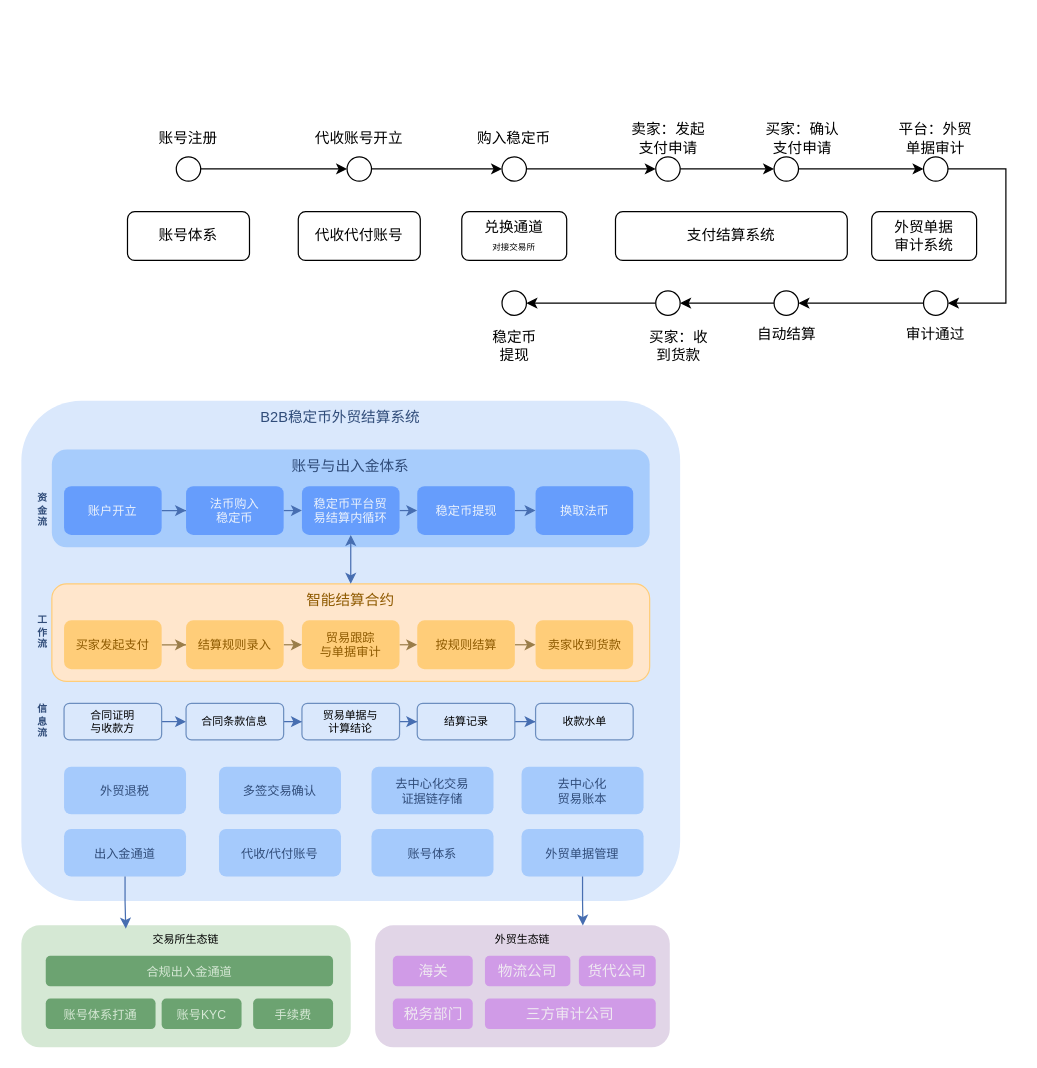
Above: 稳定币.drawio in ruopuzi/draw.io (draw.io), before the change. Source tidied: cells renumbered, new cells numbered last; positions are measured from the earlier drawing's top-left corner, leaving out a move shared by most shapes. Both pictures are drawn from the tidied source at 122%, with x=0, y=0 at pixel (21, 120).
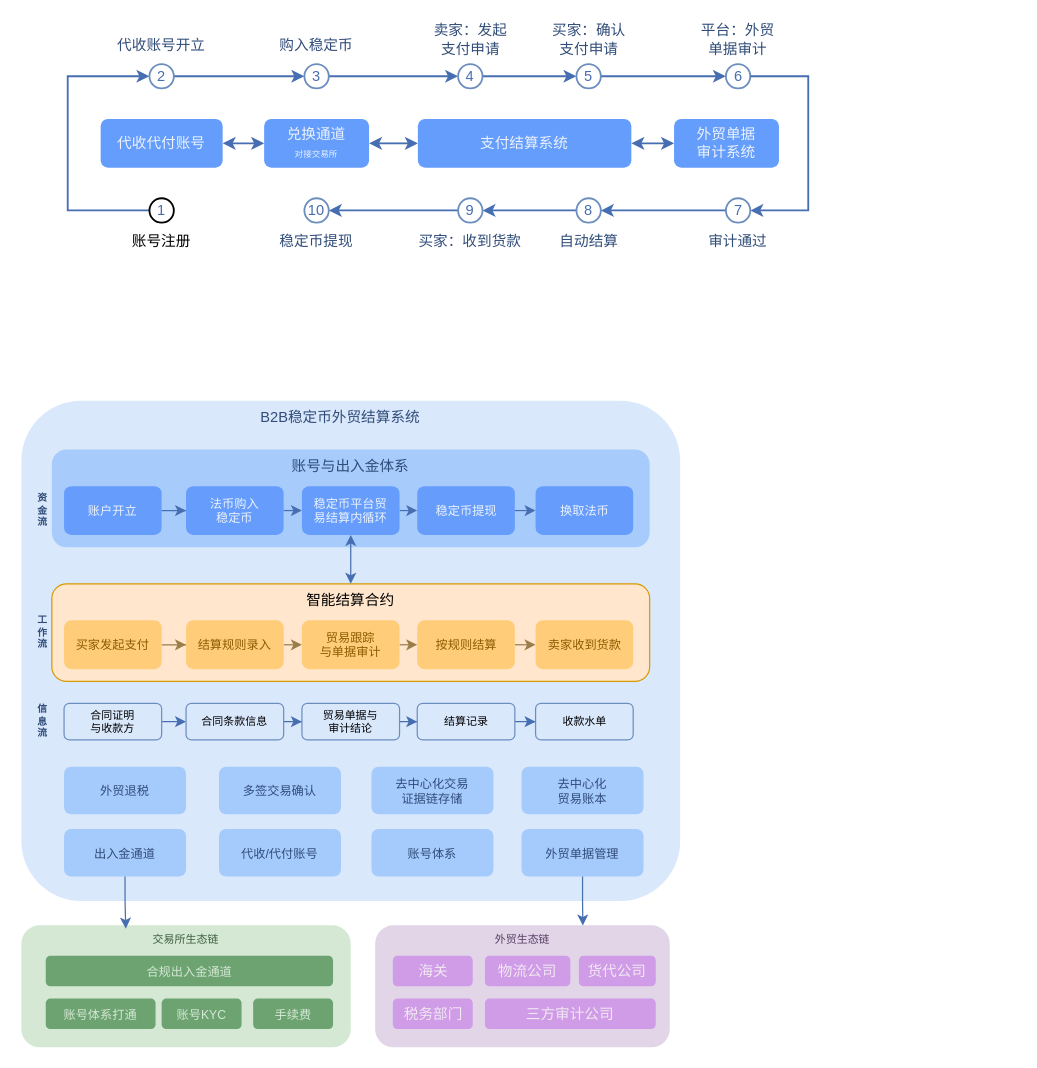
The same page after the edit.

Commit message (it also covers changes not shown here):
更新稳定币.drawio

Change to the diagram source:
```diff
@@
+    <mxCell id="91" style="edgeStyle=orthogonalEdgeStyle;rounded=0;jettySize=auto;html=1;entryX=0;entryY=0.5;entryDx=0;entryDy=0;startArrow=classic;startFill=1;strokeColor=light-dark(#476eb1, #ededed);strokeWidth=1.5;" parent="1" edge="1" source="2" target="4">
+      <mxGeometry relative="1" as="geometry" />
+    </mxCell>
-    <mxCell id="2" value="代收代付账号" style="rounded=1;whiteSpace=wrap;html=1;" parent="1" vertex="1">
-      <mxGeometry x="227" y="75" width="100" height="40" as="geometry" />
+    <mxCell id="2" value="代收代付账号" style="rounded=1;whiteSpace=wrap;html=1;fillColor=light-dark(#659dfc, #1d293b);strokeColor=none;fontColor=light-dark(#ebf2fc, #ededed);" parent="1" vertex="1">
+      <mxGeometry x="65" y="-1" width="100" height="40" as="geometry" />
     </mxCell>
-    <mxCell id="3" value="账号体系" style="rounded=1;whiteSpace=wrap;html=1;" parent="1" vertex="1">
-      <mxGeometry x="87" y="75" width="100" height="40" as="geometry" />
-    </mxCell>
+    <mxCell id="92" style="edgeStyle=orthogonalEdgeStyle;rounded=0;jettySize=auto;html=1;entryX=0;entryY=0.5;entryDx=0;entryDy=0;startArrow=classic;startFill=1;strokeColor=light-dark(#476eb1, #ededed);strokeWidth=1.5;" parent="1" edge="1" source="4" target="5">
+      <mxGeometry relative="1" as="geometry" />
+    </mxCell>
-    <mxCell id="4" value="兑换通道&lt;div&gt;&lt;font style=&quot;font-size: 7px;&quot;&gt;对接交易所&lt;/font&gt;&lt;/div&gt;" style="rounded=1;whiteSpace=wrap;html=1;" parent="1" vertex="1">
-      <mxGeometry x="361" y="75" width="86" height="40" as="geometry" />
+    <mxCell id="4" value="兑换通道&lt;div&gt;&lt;font style=&quot;font-size: 7px;&quot;&gt;对接交易所&lt;/font&gt;&lt;/div&gt;" style="rounded=1;whiteSpace=wrap;html=1;fillColor=light-dark(#659dfc, #1d293b);strokeColor=none;fontColor=light-dark(#ebf2fc, #ededed);" parent="1" vertex="1">
+      <mxGeometry x="199" y="-1" width="86" height="40" as="geometry" />
     </mxCell>
+    <mxCell id="93" style="edgeStyle=orthogonalEdgeStyle;rounded=0;jettySize=auto;html=1;exitX=1;exitY=0.5;exitDx=0;exitDy=0;startArrow=classic;startFill=1;strokeColor=light-dark(#476eb1, #ededed);strokeWidth=1.5;" parent="1" edge="1" source="5" target="6">
+      <mxGeometry relative="1" as="geometry" />
+    </mxCell>
-    <mxCell id="5" value="支付结算系统" style="rounded=1;whiteSpace=wrap;html=1;" parent="1" vertex="1">
-      <mxGeometry x="487" y="75" width="190" height="40" as="geometry" />
+    <mxCell id="5" value="支付结算系统" style="rounded=1;whiteSpace=wrap;html=1;fillColor=light-dark(#659dfc, #1d293b);strokeColor=none;fontColor=light-dark(#ebf2fc, #ededed);" parent="1" vertex="1">
+      <mxGeometry x="325" y="-1" width="175" height="40" as="geometry" />
     </mxCell>
-    <mxCell id="6" value="外贸单据&lt;div&gt;审计系统&lt;/div&gt;" style="rounded=1;whiteSpace=wrap;html=1;" parent="1" vertex="1">
-      <mxGeometry x="697" y="75" width="86" height="40" as="geometry" />
+    <mxCell id="6" value="外贸单据&lt;div&gt;审计系统&lt;/div&gt;" style="rounded=1;whiteSpace=wrap;html=1;fillColor=light-dark(#659dfc, #1d293b);strokeColor=none;fontColor=light-dark(#ebf2fc, #ededed);" parent="1" vertex="1">
+      <mxGeometry x="535" y="-1" width="86" height="40" as="geometry" />
     </mxCell>
-    <mxCell id="7" style="edgeStyle=orthogonalEdgeStyle;rounded=0;jettySize=auto;html=1;entryX=0;entryY=0.5;entryDx=0;entryDy=0;" parent="1" edge="1" source="8" target="11">
-      <mxGeometry relative="1" as="geometry" />
+    <mxCell id="7" style="edgeStyle=orthogonalEdgeStyle;rounded=0;jettySize=auto;html=1;entryX=0;entryY=0.5;entryDx=0;entryDy=0;exitX=0;exitY=0.5;exitDx=0;exitDy=0;strokeColor=light-dark(#476eb1, #ededed);strokeWidth=1.5;" parent="1" edge="1" source="8" target="11">
+      <mxGeometry relative="1" as="geometry">
+        <Array as="points">
+          <mxPoint x="38" y="74" />
+          <mxPoint x="38" y="-36" />
+        </Array>
+      </mxGeometry>
     </mxCell>
-    <mxCell id="8" style="ellipse;whiteSpace=wrap;html=1;" parent="1" vertex="1">
-      <mxGeometry x="127" y="30" width="20" height="20" as="geometry" />
+    <mxCell id="8" value="1" style="ellipse;whiteSpace=wrap;html=1;strokeWidth=1.5;fontColor=light-dark(#476eb1, #ededed);" parent="1" vertex="1">
+      <mxGeometry x="105" y="64" width="20" height="20" as="geometry" />
     </mxCell>
     <mxCell id="9" value="账号注册" style="text;html=1;align=center;verticalAlign=middle;whiteSpace=wrap;rounded=0;" parent="1" vertex="1">
-      <mxGeometry x="107" width="60" height="30" as="geometry" />
+      <mxGeometry x="85" y="85" width="60" height="30" as="geometry" />
     </mxCell>
-    <mxCell id="10" style="edgeStyle=orthogonalEdgeStyle;rounded=0;jettySize=auto;html=1;exitX=1;exitY=0.5;exitDx=0;exitDy=0;entryX=0;entryY=0.5;entryDx=0;entryDy=0;" parent="1" edge="1" source="11" target="14">
+    <mxCell id="10" style="edgeStyle=orthogonalEdgeStyle;rounded=0;jettySize=auto;html=1;exitX=1;exitY=0.5;exitDx=0;exitDy=0;entryX=0;entryY=0.5;entryDx=0;entryDy=0;strokeColor=light-dark(#476eb1, #ededed);strokeWidth=1.5;" parent="1" edge="1" source="11" target="14">
       <mxGeometry relative="1" as="geometry" />
     </mxCell>
-    <mxCell id="11" style="ellipse;whiteSpace=wrap;html=1;" parent="1" vertex="1">
-      <mxGeometry x="267" y="30" width="20" height="20" as="geometry" />
+    <mxCell id="11" value="2" style="ellipse;whiteSpace=wrap;html=1;strokeWidth=1.5;fillColor=#FFFFFF;strokeColor=#6c8ebf;fontColor=light-dark(#476eb1, #ededed);" parent="1" vertex="1">
+      <mxGeometry x="105" y="-46" width="20" height="20" as="geometry" />
     </mxCell>
-    <mxCell id="12" value="代收账号开立" style="text;html=1;align=center;verticalAlign=middle;whiteSpace=wrap;rounded=0;" parent="1" vertex="1">
-      <mxGeometry x="237" width="80" height="30" as="geometry" />
+    <mxCell id="12" value="代收账号开立" style="text;html=1;align=center;verticalAlign=middle;whiteSpace=wrap;rounded=0;fontColor=light-dark(#304c79, #ededed);" parent="1" vertex="1">
+      <mxGeometry x="75" y="-76" width="80" height="30" as="geometry" />
     </mxCell>
-    <mxCell id="13" style="edgeStyle=orthogonalEdgeStyle;rounded=0;jettySize=auto;html=1;exitX=1;exitY=0.5;exitDx=0;exitDy=0;entryX=0;entryY=0.5;entryDx=0;entryDy=0;" parent="1" edge="1" source="14" target="17">
+    <mxCell id="13" style="edgeStyle=orthogonalEdgeStyle;rounded=0;jettySize=auto;html=1;exitX=1;exitY=0.5;exitDx=0;exitDy=0;entryX=0;entryY=0.5;entryDx=0;entryDy=0;strokeColor=light-dark(#476eb1, #ededed);strokeWidth=1.5;" parent="1" edge="1" source="14" target="17">
       <mxGeometry relative="1" as="geometry" />
     </mxCell>
-    <mxCell id="14" style="ellipse;whiteSpace=wrap;html=1;" parent="1" vertex="1">
-      <mxGeometry x="394" y="30" width="20" height="20" as="geometry" />
+    <mxCell id="14" value="3" style="ellipse;whiteSpace=wrap;html=1;strokeWidth=1.5;fillColor=#FFFFFF;strokeColor=#6c8ebf;fontColor=light-dark(#476eb1, #ededed);" parent="1" vertex="1">
+      <mxGeometry x="232" y="-46" width="20" height="20" as="geometry" />
     </mxCell>
-    <mxCell id="15" value="购入稳定币" style="text;html=1;align=center;verticalAlign=middle;whiteSpace=wrap;rounded=0;" parent="1" vertex="1">
-      <mxGeometry x="364" width="80" height="30" as="geometry" />
+    <mxCell id="15" value="购入稳定币" style="text;html=1;align=center;verticalAlign=middle;whiteSpace=wrap;rounded=0;fontColor=light-dark(#304c79, #ededed);" parent="1" vertex="1">
+      <mxGeometry x="202" y="-76" width="80" height="30" as="geometry" />
     </mxCell>
-    <mxCell id="16" style="edgeStyle=orthogonalEdgeStyle;rounded=0;jettySize=auto;html=1;exitX=1;exitY=0.5;exitDx=0;exitDy=0;entryX=0;entryY=0.5;entryDx=0;entryDy=0;" parent="1" edge="1" source="17" target="20">
+    <mxCell id="16" style="edgeStyle=orthogonalEdgeStyle;rounded=0;jettySize=auto;html=1;exitX=1;exitY=0.5;exitDx=0;exitDy=0;entryX=0;entryY=0.5;entryDx=0;entryDy=0;strokeColor=light-dark(#476eb1, #ededed);strokeWidth=1.5;" parent="1" edge="1" source="17" target="20">
       <mxGeometry relative="1" as="geometry" />
     </mxCell>
-    <mxCell id="17" style="ellipse;whiteSpace=wrap;html=1;" parent="1" vertex="1">
-      <mxGeometry x="520" y="30" width="20" height="20" as="geometry" />
+    <mxCell id="17" value="4" style="ellipse;whiteSpace=wrap;html=1;strokeColor=#6c8ebf;strokeWidth=1.5;fillColor=#FFFFFF;fontColor=light-dark(#476eb1, #ededed);" parent="1" vertex="1">
+      <mxGeometry x="358" y="-46" width="20" height="20" as="geometry" />
     </mxCell>
-    <mxCell id="18" value="卖家：发起支付申请" style="text;html=1;align=center;verticalAlign=middle;whiteSpace=wrap;rounded=0;" parent="1" vertex="1">
-      <mxGeometry x="496.5" width="67" height="30" as="geometry" />
+    <mxCell id="18" value="卖家：发起支付申请" style="text;html=1;align=center;verticalAlign=middle;whiteSpace=wrap;rounded=0;fontColor=light-dark(#304c79, #ededed);" parent="1" vertex="1">
+      <mxGeometry x="334.5" y="-81" width="67" height="30" as="geometry" />
     </mxCell>
-    <mxCell id="19" style="edgeStyle=orthogonalEdgeStyle;rounded=0;jettySize=auto;html=1;exitX=1;exitY=0.5;exitDx=0;exitDy=0;entryX=0;entryY=0.5;entryDx=0;entryDy=0;" parent="1" edge="1" source="20" target="22">
+    <mxCell id="19" style="edgeStyle=orthogonalEdgeStyle;rounded=0;jettySize=auto;html=1;exitX=1;exitY=0.5;exitDx=0;exitDy=0;entryX=0;entryY=0.5;entryDx=0;entryDy=0;strokeColor=light-dark(#476eb1, #ededed);strokeWidth=1.5;" parent="1" edge="1" source="20" target="22">
       <mxGeometry relative="1" as="geometry" />
     </mxCell>
-    <mxCell id="20" style="ellipse;whiteSpace=wrap;html=1;" parent="1" vertex="1">
-      <mxGeometry x="617" y="30" width="20" height="20" as="geometry" />
+    <mxCell id="20" value="5" style="ellipse;whiteSpace=wrap;html=1;strokeColor=#6c8ebf;strokeWidth=1.5;fillColor=#FFFFFF;fontColor=light-dark(#476eb1, #ededed);" parent="1" vertex="1">
+      <mxGeometry x="455" y="-46" width="20" height="20" as="geometry" />
     </mxCell>
-    <mxCell id="21" value="买家：确认支付申请" style="text;html=1;align=center;verticalAlign=middle;whiteSpace=wrap;rounded=0;" parent="1" vertex="1">
-      <mxGeometry x="607" width="67" height="30" as="geometry" />
+    <mxCell id="21" value="买家：确认支付申请" style="text;html=1;align=center;verticalAlign=middle;whiteSpace=wrap;rounded=0;fontColor=light-dark(#304c79, #ededed);" parent="1" vertex="1">
+      <mxGeometry x="431.5" y="-81" width="67" height="30" as="geometry" />
     </mxCell>
-    <mxCell id="22" style="ellipse;whiteSpace=wrap;html=1;" parent="1" vertex="1">
-      <mxGeometry x="739.5" y="30" width="20" height="20" as="geometry" />
+    <mxCell id="22" value="6" style="ellipse;whiteSpace=wrap;html=1;strokeWidth=1.5;fillColor=#FFFFFF;strokeColor=#6c8ebf;fontColor=light-dark(#476eb1, #ededed);" parent="1" vertex="1">
+      <mxGeometry x="577.5" y="-46" width="20" height="20" as="geometry" />
     </mxCell>
-    <mxCell id="23" value="平台：外贸单据审计" style="text;html=1;align=center;verticalAlign=middle;whiteSpace=wrap;rounded=0;" parent="1" vertex="1">
-      <mxGeometry x="716" width="67" height="30" as="geometry" />
+    <mxCell id="23" value="平台：外贸单据审计" style="text;html=1;align=center;verticalAlign=middle;whiteSpace=wrap;rounded=0;fontColor=light-dark(#304c79, #ededed);" parent="1" vertex="1">
+      <mxGeometry x="554" y="-81" width="67" height="30" as="geometry" />
     </mxCell>
-    <mxCell id="24" style="edgeStyle=orthogonalEdgeStyle;rounded=0;jettySize=auto;html=1;exitX=0;exitY=0.5;exitDx=0;exitDy=0;entryX=1;entryY=0.5;entryDx=0;entryDy=0;" parent="1" edge="1" source="25" target="28">
+    <mxCell id="24" style="edgeStyle=orthogonalEdgeStyle;rounded=0;jettySize=auto;html=1;exitX=0;exitY=0.5;exitDx=0;exitDy=0;entryX=1;entryY=0.5;entryDx=0;entryDy=0;strokeColor=light-dark(#476eb1, #ededed);strokeWidth=1.5;" parent="1" edge="1" source="25" target="28">
       <mxGeometry relative="1" as="geometry" />
     </mxCell>
-    <mxCell id="25" style="ellipse;whiteSpace=wrap;html=1;" parent="1" vertex="1">
-      <mxGeometry x="617" y="140" width="20" height="20" as="geometry" />
+    <mxCell id="25" value="8" style="ellipse;whiteSpace=wrap;html=1;strokeColor=#6c8ebf;strokeWidth=1.5;fillColor=#FFFFFF;fontColor=light-dark(#476eb1, #ededed);" parent="1" vertex="1">
+      <mxGeometry x="455" y="64" width="20" height="20" as="geometry" />
     </mxCell>
-    <mxCell id="26" value="自动结算" style="text;html=1;align=center;verticalAlign=middle;whiteSpace=wrap;rounded=0;" parent="1" vertex="1">
-      <mxGeometry x="593.5" y="161" width="67" height="30" as="geometry" />
+    <mxCell id="26" value="自动结算" style="text;html=1;align=center;verticalAlign=middle;whiteSpace=wrap;rounded=0;fontColor=light-dark(#304c79, #ededed);" parent="1" vertex="1">
+      <mxGeometry x="431.5" y="85" width="67" height="30" as="geometry" />
     </mxCell>
-    <mxCell id="27" style="edgeStyle=orthogonalEdgeStyle;rounded=0;jettySize=auto;html=1;exitX=0;exitY=0.5;exitDx=0;exitDy=0;entryX=1;entryY=0.5;entryDx=0;entryDy=0;" parent="1" edge="1" source="28" target="30">
+    <mxCell id="27" style="edgeStyle=orthogonalEdgeStyle;rounded=0;jettySize=auto;html=1;exitX=0;exitY=0.5;exitDx=0;exitDy=0;entryX=1;entryY=0.5;entryDx=0;entryDy=0;strokeColor=light-dark(#476eb1, #ededed);strokeWidth=1.5;" parent="1" edge="1" source="28" target="30">
       <mxGeometry relative="1" as="geometry" />
     </mxCell>
-    <mxCell id="28" style="ellipse;whiteSpace=wrap;html=1;" parent="1" vertex="1">
-      <mxGeometry x="520" y="140" width="20" height="20" as="geometry" />
+    <mxCell id="28" value="9" style="ellipse;whiteSpace=wrap;html=1;strokeColor=#6c8ebf;strokeWidth=1.5;fillColor=#FFFFFF;fontColor=light-dark(#476eb1, #ededed);" parent="1" vertex="1">
+      <mxGeometry x="358" y="64" width="20" height="20" as="geometry" />
     </mxCell>
-    <mxCell id="29" value="买家：收到货款" style="text;html=1;align=center;verticalAlign=middle;whiteSpace=wrap;rounded=0;" parent="1" vertex="1">
-      <mxGeometry x="512.5" y="170" width="52" height="30" as="geometry" />
+    <mxCell id="29" value="买家：收到货款" style="text;html=1;align=center;verticalAlign=middle;whiteSpace=wrap;rounded=0;fontColor=light-dark(#304c79, #ededed);" parent="1" vertex="1">
+      <mxGeometry x="322.2" y="85" width="91.5" height="30" as="geometry" />
     </mxCell>
-    <mxCell id="30" style="ellipse;whiteSpace=wrap;html=1;" parent="1" vertex="1">
-      <mxGeometry x="394" y="140" width="20" height="20" as="geometry" />
+    <mxCell id="30" value="10" style="ellipse;whiteSpace=wrap;html=1;strokeColor=#6c8ebf;strokeWidth=1.5;fillColor=#FFFFFF;fontColor=light-dark(#476eb1, #ededed);" parent="1" vertex="1">
+      <mxGeometry x="232" y="64" width="20" height="20" as="geometry" />
     </mxCell>
-    <mxCell id="31" value="稳定币提现" style="text;html=1;align=center;verticalAlign=middle;whiteSpace=wrap;rounded=0;" parent="1" vertex="1">
-      <mxGeometry x="384.5" y="170" width="39" height="30" as="geometry" />
+    <mxCell id="31" value="稳定币提现" style="text;html=1;align=center;verticalAlign=middle;whiteSpace=wrap;rounded=0;fontColor=light-dark(#304c79, #ededed);" parent="1" vertex="1">
+      <mxGeometry x="209.2" y="85" width="65.5" height="30" as="geometry" />
     </mxCell>
-    <mxCell id="32" style="edgeStyle=orthogonalEdgeStyle;rounded=0;jettySize=auto;html=1;exitX=1;exitY=0.5;exitDx=0;exitDy=0;entryX=1;entryY=0.5;entryDx=0;entryDy=0;" parent="1" edge="1" source="22" target="34">
+    <mxCell id="32" style="edgeStyle=orthogonalEdgeStyle;rounded=0;jettySize=auto;html=1;exitX=1;exitY=0.5;exitDx=0;exitDy=0;entryX=1;entryY=0.5;entryDx=0;entryDy=0;strokeColor=light-dark(#476eb1, #ededed);strokeWidth=1.5;" parent="1" edge="1" source="22" target="34">
       <mxGeometry relative="1" as="geometry">
         <Array as="points">
-          <mxPoint x="807" y="40" />
-          <mxPoint x="807" y="150" />
+          <mxPoint x="645" y="-36" />
+          <mxPoint x="645" y="74" />
         </Array>
       </mxGeometry>
     </mxCell>
-    <mxCell id="33" style="edgeStyle=orthogonalEdgeStyle;rounded=0;jettySize=auto;html=1;exitX=0;exitY=0.5;exitDx=0;exitDy=0;" parent="1" edge="1" source="34" target="25">
+    <mxCell id="33" style="edgeStyle=orthogonalEdgeStyle;rounded=0;jettySize=auto;html=1;exitX=0;exitY=0.5;exitDx=0;exitDy=0;strokeColor=light-dark(#476eb1, #ededed);strokeWidth=1.5;" parent="1" edge="1" source="34" target="25">
       <mxGeometry relative="1" as="geometry" />
     </mxCell>
-    <mxCell id="34" style="ellipse;whiteSpace=wrap;html=1;" parent="1" vertex="1">
-      <mxGeometry x="739.5" y="140" width="20" height="20" as="geometry" />
+    <mxCell id="34" value="7" style="ellipse;whiteSpace=wrap;html=1;strokeColor=#6c8ebf;strokeWidth=1.5;fillColor=#FFFFFF;fontColor=light-dark(#476eb1, #ededed);" parent="1" vertex="1">
+      <mxGeometry x="577.5" y="64" width="20" height="20" as="geometry" />
     </mxCell>
-    <mxCell id="35" value="审计通过" style="text;html=1;align=center;verticalAlign=middle;whiteSpace=wrap;rounded=0;" parent="1" vertex="1">
-      <mxGeometry x="716" y="161" width="67" height="30" as="geometry" />
+    <mxCell id="35" value="审计通过" style="text;html=1;align=center;verticalAlign=middle;whiteSpace=wrap;rounded=0;fontColor=light-dark(#304c79, #ededed);" parent="1" vertex="1">
+      <mxGeometry x="554" y="85" width="67" height="30" as="geometry" />
     </mxCell>
-    <mxCell id="36" value="B2B稳定币外贸结算系统&amp;nbsp; &amp;nbsp; &amp;nbsp;" style="rounded=1;whiteSpace=wrap;html=1;align=center;verticalAlign=top;arcSize=12;fillColor=#dae8fc;strokeColor=none;fontColor=light-dark(#304C79,#EDEDED);" parent="1" vertex="1">
+    <mxCell id="36" value="B2B稳定币外贸结算系统&amp;nbsp; &amp;nbsp; &amp;nbsp;" style="rounded=1;whiteSpace=wrap;html=1;align=center;verticalAlign=top;arcSize=12;fillColor=#dae8fc;strokeColor=none;fontColor=light-dark(#304C79,#EDEDED);imageWidth=24;" parent="1" vertex="1">
       <mxGeometry y="230" width="540" height="410" as="geometry" />
     </mxCell>
@@
-    <mxCell id="41" value="智能结算合约" style="rounded=1;whiteSpace=wrap;html=1;verticalAlign=top;fillColor=#ffe6cc;strokeColor=light-dark(#ffcd79, #ededed);fontColor=light-dark(#8f5a01, #ededed);" parent="1" vertex="1">
+    <mxCell id="41" value="智能结算合约" style="rounded=1;whiteSpace=wrap;html=1;verticalAlign=top;fillColor=#ffe6cc;strokeColor=#d79b00;" parent="1" vertex="1">
       <mxGeometry x="25" y="380" width="490" height="80" as="geometry" />
     </mxCell>
@@
-    <mxCell id="45" value="外贸生态链" style="rounded=1;whiteSpace=wrap;html=1;align=center;verticalAlign=top;fontSize=9;fillColor=#e1d5e7;strokeColor=none;" parent="1" vertex="1">
+    <mxCell id="45" value="外贸生态链" style="rounded=1;whiteSpace=wrap;html=1;align=center;verticalAlign=top;fontSize=9;fillColor=#e1d5e7;strokeColor=none;fontColor=light-dark(#593e65, #ededed);" parent="1" vertex="1">
       <mxGeometry x="290" y="660" width="241.5" height="100" as="geometry" />
     </mxCell>
@@
-    <mxCell id="78" value="贸易单据与&lt;div&gt;计算结论&lt;/div&gt;" style="rounded=1;whiteSpace=wrap;html=1;fontSize=9;fillColor=#dae8fc;strokeColor=#6c8ebf;" parent="1" vertex="1">
+    <mxCell id="78" value="贸易单据与&lt;div&gt;审计结论&lt;/div&gt;" style="rounded=1;whiteSpace=wrap;html=1;fontSize=9;fillColor=#dae8fc;strokeColor=#6c8ebf;" parent="1" vertex="1">
       <mxGeometry x="230" y="478" width="80" height="30" as="geometry" />
     </mxCell>
@@
-    <mxCell id="84" value="交易所生态链" style="rounded=1;whiteSpace=wrap;html=1;align=center;verticalAlign=top;fontSize=9;fillColor=#d5e8d4;strokeColor=none;" parent="1" vertex="1">
+    <mxCell id="84" value="交易所生态链" style="rounded=1;whiteSpace=wrap;html=1;align=center;verticalAlign=top;fontSize=9;fillColor=#d5e8d4;strokeColor=none;fontColor=light-dark(#3c5d3f, #ededed);" parent="1" vertex="1">
       <mxGeometry y="660" width="270" height="100" as="geometry" />
     </mxCell>
```
